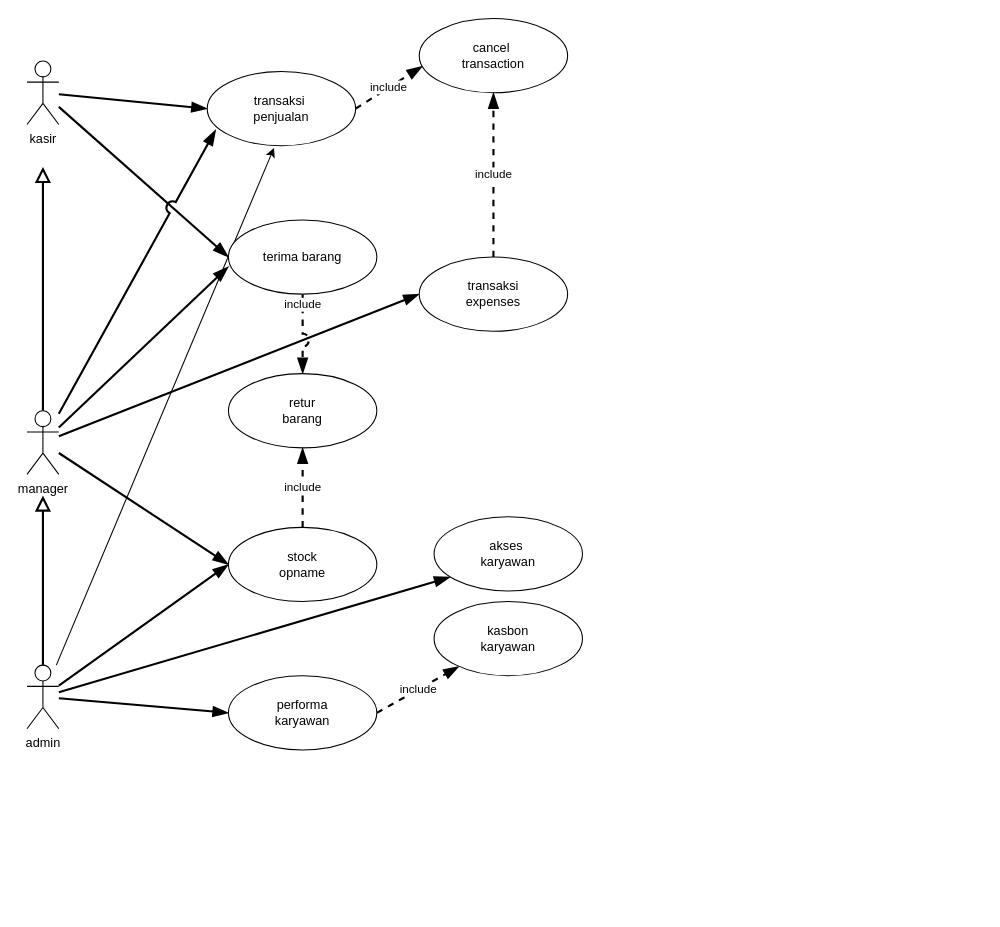
This is page "2. Use case" (3 of 7) of docs/2020-06-21_UML.drawio from m00racle/trialpos, a draw.io file, before an edit. Source tidied: cells renumbered, new cells numbered last; positions are measured from the earlier drawing's top-left corner, leaving out a move shared by most shapes. Both pictures are drawn from the tidied source at 106%, with x=0, y=0 at pixel (26, 18).
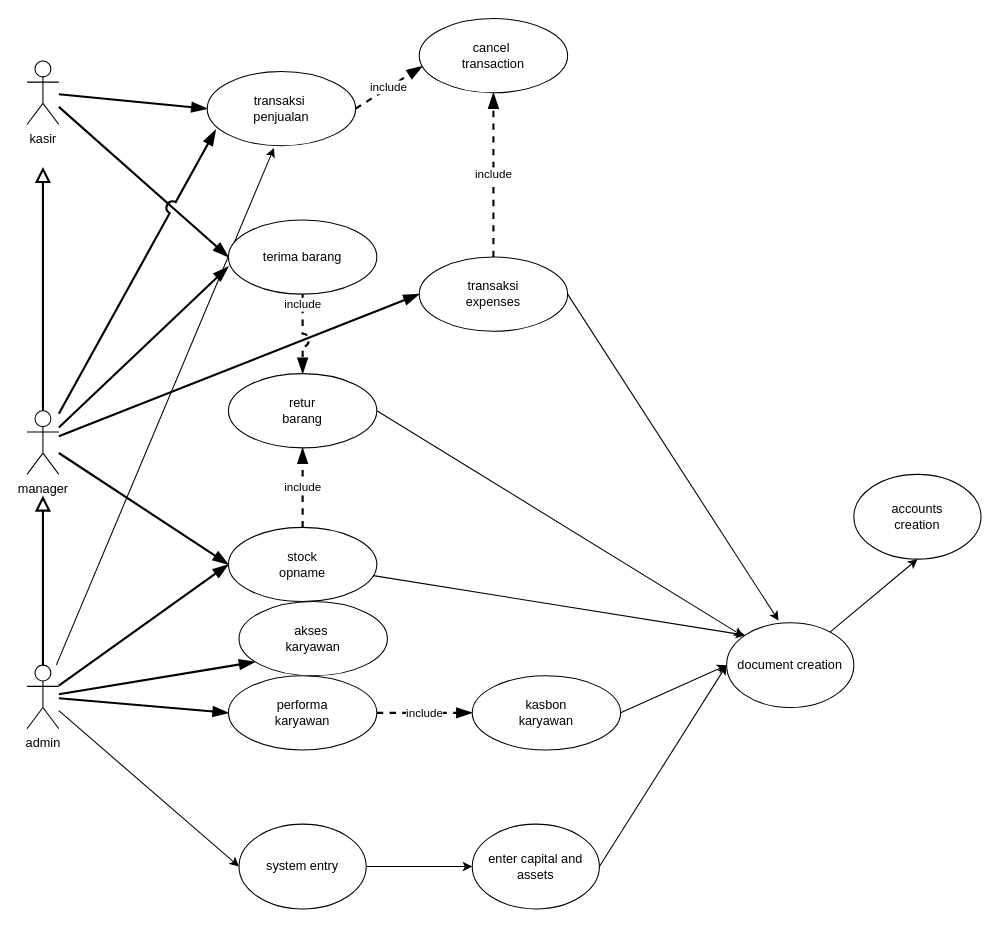
The same page after the edit.

The change refers to these unchanged cells:
```xml
<mxCell id="16" value="admin" style="shape=umlActor;verticalLabelPosition=bottom;labelBackgroundColor=#ffffff;verticalAlign=top;html=1;" parent="1" vertex="1">
  <mxGeometry y="610" width="30" height="60" as="geometry" />
</mxCell>
<mxCell id="21" value="retur&lt;br&gt;barang" style="ellipse;whiteSpace=wrap;html=1;" parent="1" vertex="1">
  <mxGeometry x="190" y="335" width="140" height="70" as="geometry" />
</mxCell>
<mxCell id="23" value="stock&lt;br&gt;opname" style="ellipse;whiteSpace=wrap;html=1;" parent="1" vertex="1">
  <mxGeometry x="190" y="480" width="140" height="70" as="geometry" />
</mxCell>
<mxCell id="26" value="transaksi&lt;br&gt;expenses" style="ellipse;whiteSpace=wrap;html=1;" parent="1" vertex="1">
  <mxGeometry x="370" y="225" width="140" height="70" as="geometry" />
</mxCell>
```

Change to the diagram source:
```diff
@@
+    <mxCell id="31" style="rounded=0;jettySize=auto;html=1;entryX=0;entryY=0.5;entryDx=0;entryDy=0;" parent="1" edge="1" source="16" target="35">
+      <mxGeometry relative="1" as="geometry" />
+    </mxCell>
@@
+    <mxCell id="32" style="edgeStyle=none;rounded=0;jettySize=auto;html=1;exitX=1;exitY=0.5;exitDx=0;exitDy=0;entryX=0.408;entryY=-0.025;entryDx=0;entryDy=0;entryPerimeter=0;" parent="1" edge="1" source="26" target="39">
+      <mxGeometry relative="1" as="geometry" />
+    </mxCell>
@@
+    <mxCell id="33" style="edgeStyle=none;rounded=0;jettySize=auto;html=1;exitX=1;exitY=0.5;exitDx=0;exitDy=0;entryX=0;entryY=0.5;entryDx=0;entryDy=0;" parent="1" edge="1" source="29" target="39">
+      <mxGeometry relative="1" as="geometry" />
+    </mxCell>
     <mxCell id="29" value="kasbon&lt;br&gt;karyawan" style="ellipse;whiteSpace=wrap;html=1;" parent="1" vertex="1">
-      <mxGeometry x="384" y="550" width="140" height="70" as="geometry" />
+      <mxGeometry x="420" y="620" width="140" height="70" as="geometry" />
     </mxCell>
     <mxCell id="30" value="akses&amp;nbsp;&lt;br&gt;karyawan" style="ellipse;whiteSpace=wrap;html=1;" parent="1" vertex="1">
-      <mxGeometry x="384" y="470" width="140" height="70" as="geometry" />
+      <mxGeometry x="200" y="550" width="140" height="70" as="geometry" />
     </mxCell>
+    <mxCell id="34" style="edgeStyle=none;rounded=0;jettySize=auto;html=1;" parent="1" edge="1" source="35" target="37">
+      <mxGeometry relative="1" as="geometry" />
+    </mxCell>
+    <mxCell id="35" value="system entry" style="ellipse;whiteSpace=wrap;html=1;" parent="1" vertex="1">
+      <mxGeometry x="200" y="760" width="120" height="80" as="geometry" />
+    </mxCell>
+    <mxCell id="36" style="edgeStyle=none;rounded=0;jettySize=auto;html=1;exitX=1;exitY=0.5;exitDx=0;exitDy=0;entryX=0;entryY=0.5;entryDx=0;entryDy=0;" parent="1" edge="1" source="37" target="39">
+      <mxGeometry relative="1" as="geometry" />
+    </mxCell>
+    <mxCell id="37" value="enter capital and assets" style="ellipse;whiteSpace=wrap;html=1;" parent="1" vertex="1">
+      <mxGeometry x="420" y="760" width="120" height="80" as="geometry" />
+    </mxCell>
+    <mxCell id="38" style="edgeStyle=none;rounded=0;jettySize=auto;html=1;entryX=0.5;entryY=1;entryDx=0;entryDy=0;" parent="1" edge="1" source="39" target="40">
+      <mxGeometry relative="1" as="geometry" />
+    </mxCell>
+    <mxCell id="39" value="document creation" style="ellipse;whiteSpace=wrap;html=1;" parent="1" vertex="1">
+      <mxGeometry x="660" y="570" width="120" height="80" as="geometry" />
+    </mxCell>
+    <mxCell id="40" value="accounts&lt;br&gt;creation" style="ellipse;whiteSpace=wrap;html=1;" parent="1" vertex="1">
+      <mxGeometry x="780" y="430" width="120" height="80" as="geometry" />
+    </mxCell>
+    <mxCell id="41" style="edgeStyle=none;rounded=0;jettySize=auto;html=1;entryX=0;entryY=0;entryDx=0;entryDy=0;" parent="1" edge="1" source="23" target="39">
+      <mxGeometry relative="1" as="geometry" />
+    </mxCell>
+    <mxCell id="42" style="edgeStyle=none;rounded=0;jettySize=auto;html=1;exitX=1;exitY=0.5;exitDx=0;exitDy=0;" parent="1" edge="1" source="21" target="39">
+      <mxGeometry relative="1" as="geometry" />
+    </mxCell>
```
